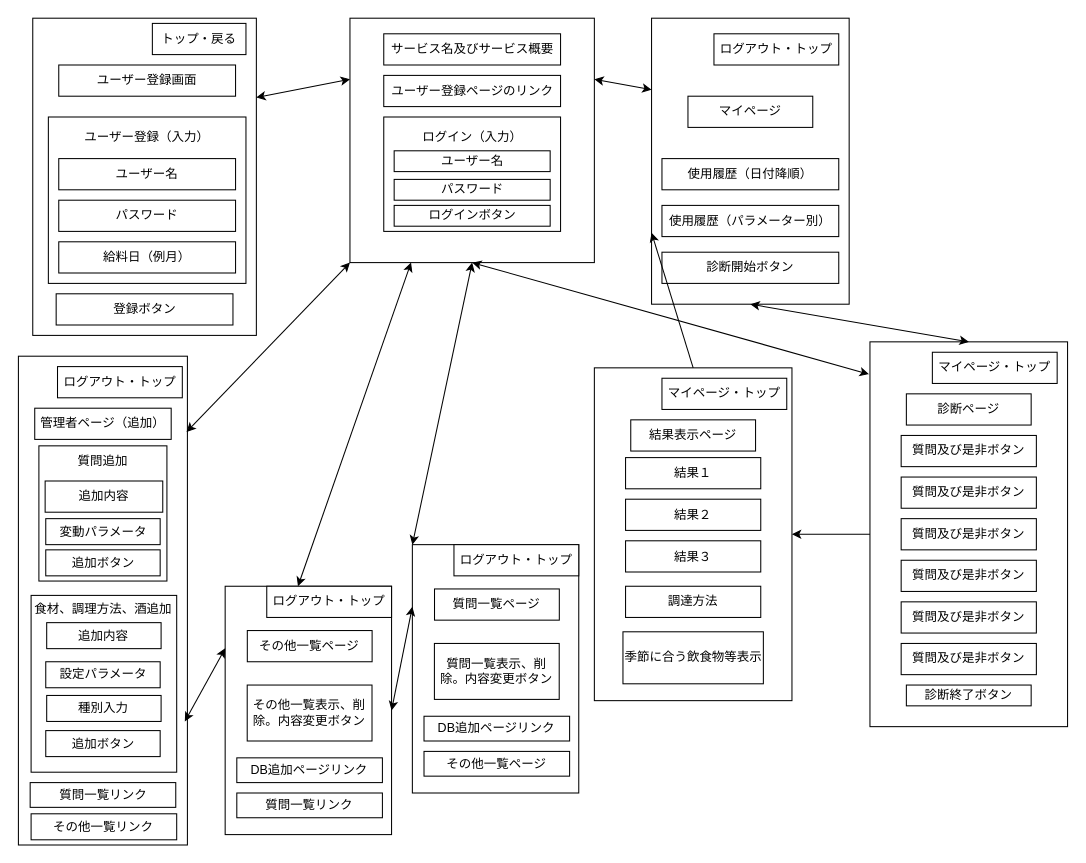
Earlier version of the draw.io diagram page "画面遷移図" (1 of 2) of Untitled Diagram.drawio (da-chi-code/LSpair). Source tidied: cells renumbered, new cells numbered last; positions are measured from the earlier drawing's top-left corner, leaving out a move shared by most shapes. Both pictures are drawn from the tidied source at 104%, with x=0, y=0 at pixel (18, 18).
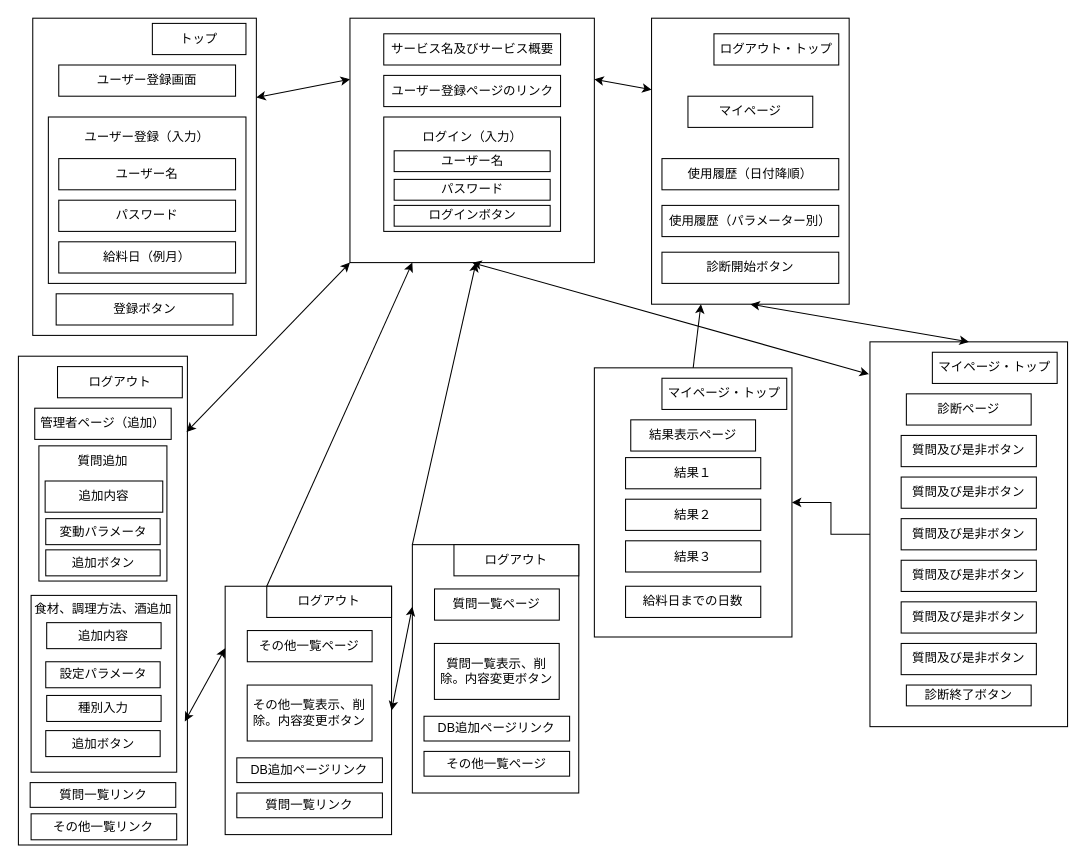
After the change.

The change refers to these unchanged cells:
```xml
<mxCell id="8" style="whiteSpace=wrap;html=1;" parent="1" vertex="1">
  <mxGeometry x="319" width="235" height="235" as="geometry" />
</mxCell>
<mxCell id="17" style="rounded=0;whiteSpace=wrap;html=1;" parent="1" vertex="1">
  <mxGeometry x="609" width="190" height="275" as="geometry" />
</mxCell>
<mxCell id="62" style="rounded=0;whiteSpace=wrap;html=1;" parent="1" vertex="1">
  <mxGeometry x="199" y="546.2" width="160" height="238.8" as="geometry" />
</mxCell>
<mxCell id="70" style="rounded=0;whiteSpace=wrap;html=1;" parent="1" vertex="1">
  <mxGeometry x="379" y="506.2" width="160" height="238.8" as="geometry" />
</mxCell>
```

Change to the diagram source:
```diff
@@
-    <mxCell id="22" value="トップ・戻る" style="rounded=0;whiteSpace=wrap;html=1;" parent="1" vertex="1">
+    <mxCell id="22" value="トップ" style="rounded=0;whiteSpace=wrap;html=1;" parent="1" vertex="1">
       <mxGeometry x="129" y="5" width="90" height="30" as="geometry" />
     </mxCell>
@@
     <mxCell id="38" style="rounded=0;whiteSpace=wrap;html=1;" parent="1" vertex="1">
-      <mxGeometry x="554" y="336.2" width="190" height="320" as="geometry" />
+      <mxGeometry x="554" y="336.2" width="190" height="258.8" as="geometry" />
     </mxCell>
@@
-    <mxCell id="44" value="調達方法" style="rounded=0;whiteSpace=wrap;html=1;" parent="1" vertex="1">
+    <mxCell id="44" value="給料日までの日数" style="rounded=0;whiteSpace=wrap;html=1;" parent="1" vertex="1">
       <mxGeometry x="584" y="546.2" width="130" height="30" as="geometry" />
     </mxCell>
-    <mxCell id="45" value="季節に合う飲食物等表示" style="rounded=0;whiteSpace=wrap;html=1;" parent="1" vertex="1">
-      <mxGeometry x="581.5" y="590" width="135" height="50" as="geometry" />
-    </mxCell>
-    <mxCell id="46" style="endArrow=classic;html=1;exitX=0.5;exitY=0;exitDx=0;exitDy=0;entryX=0;entryY=0.75;entryDx=0;entryDy=0;" parent="1" edge="1" source="38" target="17">
+    <mxCell id="46" style="endArrow=classic;html=1;exitX=0.5;exitY=0;exitDx=0;exitDy=0;entryX=0.25;entryY=1;entryDx=0;entryDy=0;" parent="1" edge="1" source="38" target="17">
       <mxGeometry relative="1" as="geometry" />
     </mxCell>
@@
-    <mxCell id="61" value="ログアウト・トップ" style="rounded=0;whiteSpace=wrap;html=1;" parent="1" vertex="1">
+    <mxCell id="61" value="ログアウト" style="rounded=0;whiteSpace=wrap;html=1;" parent="1" vertex="1">
       <mxGeometry x="37.8" y="335" width="120" height="30" as="geometry" />
     </mxCell>
@@
-    <mxCell id="67" value="ログアウト・トップ" style="rounded=0;whiteSpace=wrap;html=1;" parent="1" vertex="1">
+    <mxCell id="67" value="ログアウト" style="rounded=0;whiteSpace=wrap;html=1;" parent="1" vertex="1">
       <mxGeometry x="239" y="546.2" width="120" height="30" as="geometry" />
     </mxCell>
@@
-    <mxCell id="73" value="ログアウト・トップ" style="rounded=0;whiteSpace=wrap;html=1;" parent="1" vertex="1">
+    <mxCell id="73" value="ログアウト" style="rounded=0;whiteSpace=wrap;html=1;" parent="1" vertex="1">
       <mxGeometry x="419" y="506.2" width="120" height="30" as="geometry" />
     </mxCell>
@@
-    <mxCell id="78" style="endArrow=classic;startArrow=classic;html=1;exitX=0.25;exitY=1;exitDx=0;exitDy=0;entryX=0.25;entryY=0;entryDx=0;entryDy=0;" parent="1" edge="1" source="8" target="67">
-      <mxGeometry relative="1" as="geometry" />
-    </mxCell>
-    <mxCell id="79" style="endArrow=classic;startArrow=classic;html=1;exitX=0.5;exitY=1;exitDx=0;exitDy=0;entryX=0;entryY=0;entryDx=0;entryDy=0;" parent="1" edge="1" source="8" target="70">
-      <mxGeometry relative="1" as="geometry" />
-    </mxCell>
+    <mxCell id="80" style="endArrow=classic;html=1;exitX=0.25;exitY=0;exitDx=0;exitDy=0;" parent="1" edge="1" source="62">
+      <mxGeometry relative="1" as="geometry">
+        <mxPoint x="379" y="235" as="targetPoint" />
+      </mxGeometry>
+    </mxCell>
+    <mxCell id="81" style="endArrow=classic;html=1;exitX=0;exitY=0;exitDx=0;exitDy=0;" parent="1" edge="1" source="70">
+      <mxGeometry relative="1" as="geometry">
+        <mxPoint x="440.2" y="235" as="targetPoint" />
+      </mxGeometry>
+    </mxCell>
```
